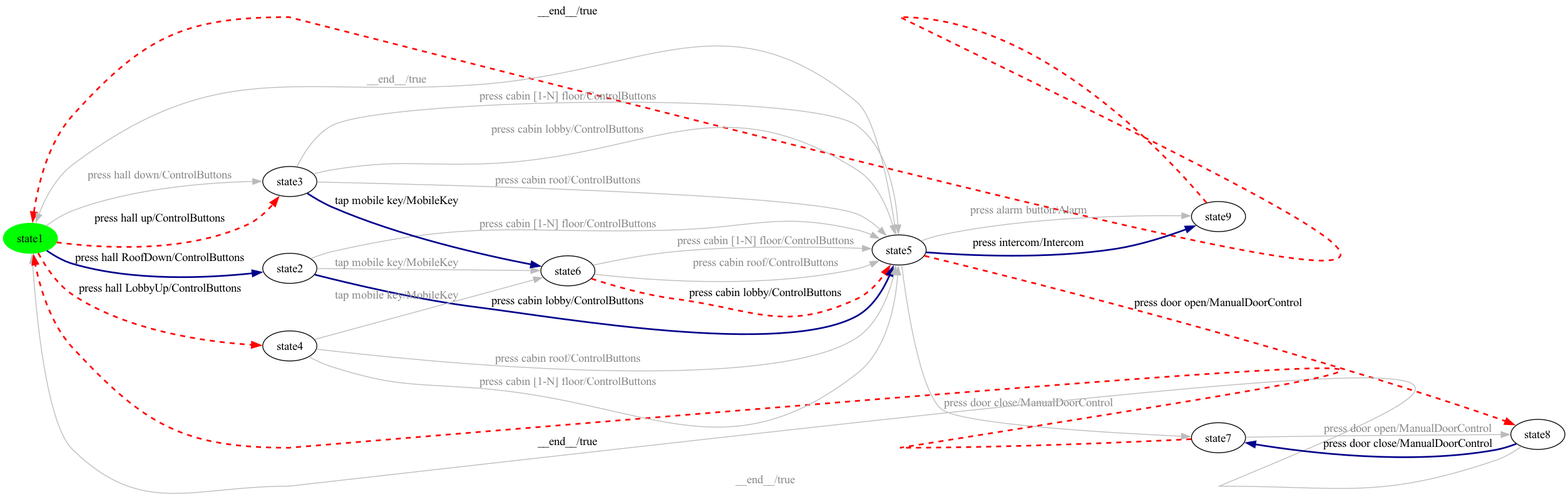
dilekozturk93/vibes keeps this Graphviz diagram as milestone-reports/per-product-all-states/Elevator/Elevator-product27-walk.png. Above is the earlier version. Its source is kept beside it as milestone-reports/per-product-all-states/Elevator/Elevator-product27-walk.dot.
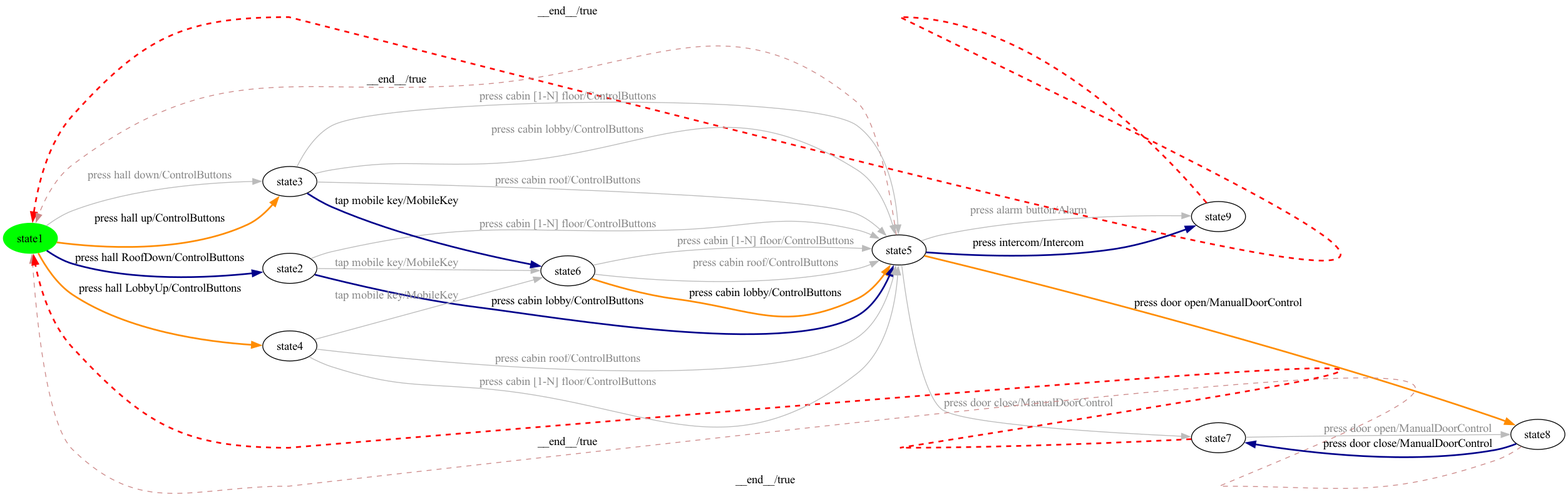
Above is the later version.

The edit, as a diff of the source:
```diff
@@ -15,25 +15,25 @@
 state3 -> state1 [ label=" press alarm button/Alarm ", color="#bbbbbb", fontcolor="#888888" ];
 state7 -> state3 [ label=" press cabin [1-N] floor/ControlButtons ", color="#bbbbbb", fontcolor="#888888" ];
 state8 -> state2 [ label=" tap mobile key/MobileKey ", style=bold, color=darkblue, penwidth=2 ];
-state3 -> state4 [ label=" press door open/ManualDoorControl ", style=dashed, color=red, penwidth=2 ];
+state3 -> state4 [ label=" press door open/ManualDoorControl ", style=bold, color=darkorange, penwidth=2 ];
 state3 -> state5 [ label=" press door close/ManualDoorControl ", color="#bbbbbb", fontcolor="#888888" ];
 state5 -> state0 [ label=" __end__/true ", style=dashed, color=red, penwidth=2 ];
 state6 -> state3 [ label=" press cabin lobby/ControlButtons ", style=bold, color=darkblue, penwidth=2 ];
 state8 -> state3 [ label=" press cabin [1-N] floor/ControlButtons ", color="#bbbbbb", fontcolor="#888888" ];
-state2 -> state3 [ label=" press cabin lobby/ControlButtons ", style=dashed, color=red, penwidth=2 ];
+state2 -> state3 [ label=" press cabin lobby/ControlButtons ", style=bold, color=darkorange, penwidth=2 ];
 state2 -> state3 [ label=" press cabin [1-N] floor/ControlButtons ", color="#bbbbbb", fontcolor="#888888" ];
 state1 -> state0 [ label=" __end__/true ", style=dashed, color=red, penwidth=2 ];
 state6 -> state2 [ label=" tap mobile key/MobileKey ", color="#bbbbbb", fontcolor="#888888" ];
-state0 -> state8 [ label=" press hall up/ControlButtons ", style=dashed, color=red, penwidth=2 ];
+state0 -> state8 [ label=" press hall up/ControlButtons ", style=bold, color=darkorange, penwidth=2 ];
 state4 -> state5 [ label=" press door close/ManualDoorControl ", style=bold, color=darkblue, penwidth=2 ];
 state6 -> state3 [ label=" press cabin [1-N] floor/ControlButtons ", color="#bbbbbb", fontcolor="#888888" ];
 state2 -> state3 [ label=" press cabin roof/ControlButtons ", color="#bbbbbb", fontcolor="#888888" ];
-state4 -> state0 [ label=" __end__/true ", color="#bbbbbb", fontcolor="#888888" ];
+state4 -> state0 [ label=" __end__/true ", style=dashed, color="#cc8888" ];
 state8 -> state3 [ label=" press cabin lobby/ControlButtons ", color="#bbbbbb", fontcolor="#888888" ];
 state8 -> state3 [ label=" press cabin roof/ControlButtons ", color="#bbbbbb", fontcolor="#888888" ];
 state7 -> state2 [ label=" tap mobile key/MobileKey ", color="#bbbbbb", fontcolor="#888888" ];
 state5 -> state4 [ label=" press door open/ManualDoorControl ", color="#bbbbbb", fontcolor="#888888" ];
 state0 -> state8 [ label=" press hall down/ControlButtons ", color="#bbbbbb", fontcolor="#888888" ];
-state0 -> state7 [ label=" press hall LobbyUp/ControlButtons ", style=dashed, color=red, penwidth=2 ];
-state3 -> state0 [ label=" __end__/true ", color="#bbbbbb", fontcolor="#888888" ];
+state0 -> state7 [ label=" press hall LobbyUp/ControlButtons ", style=bold, color=darkorange, penwidth=2 ];
+state3 -> state0 [ label=" __end__/true ", style=dashed, color="#cc8888" ];
 }
```
